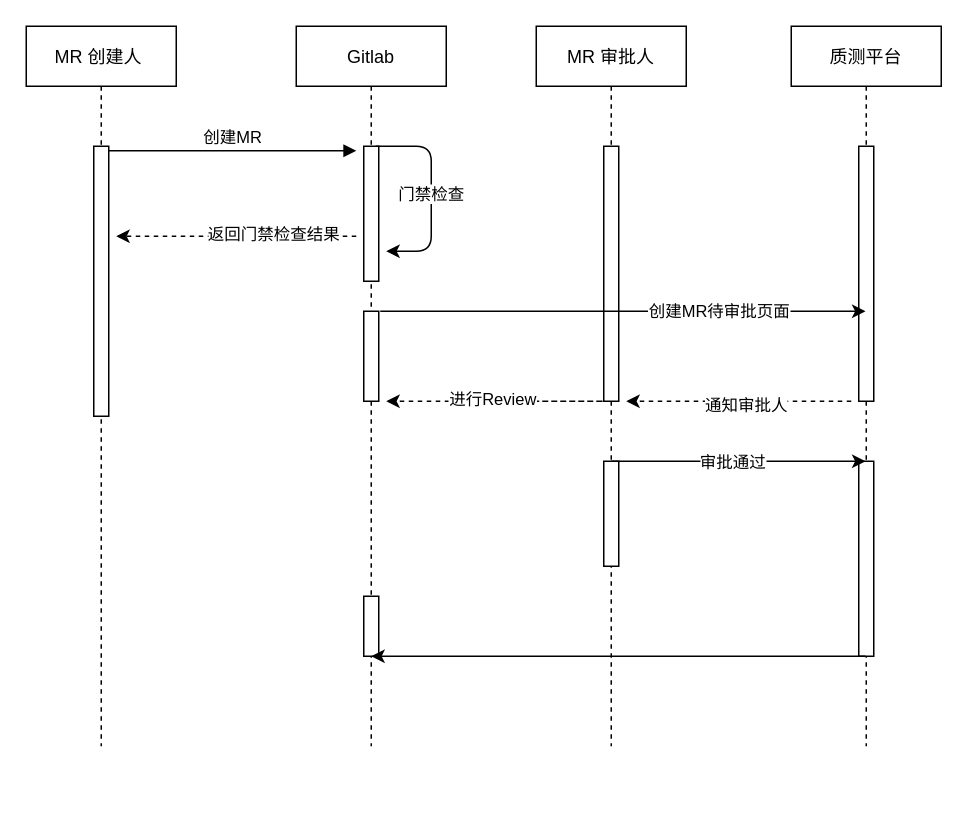
yili1992/Jeninks-Best-Practices keeps this draw.io diagram as Untitled Diagram.drawio. Above is the earlier version. Source tidied: cells renumbered, new cells numbered last; positions are measured from the earlier drawing's top-left corner, leaving out a move shared by most shapes. Both pictures are drawn from the tidied source at 150%, with x=0, y=0 at pixel (26, 26).
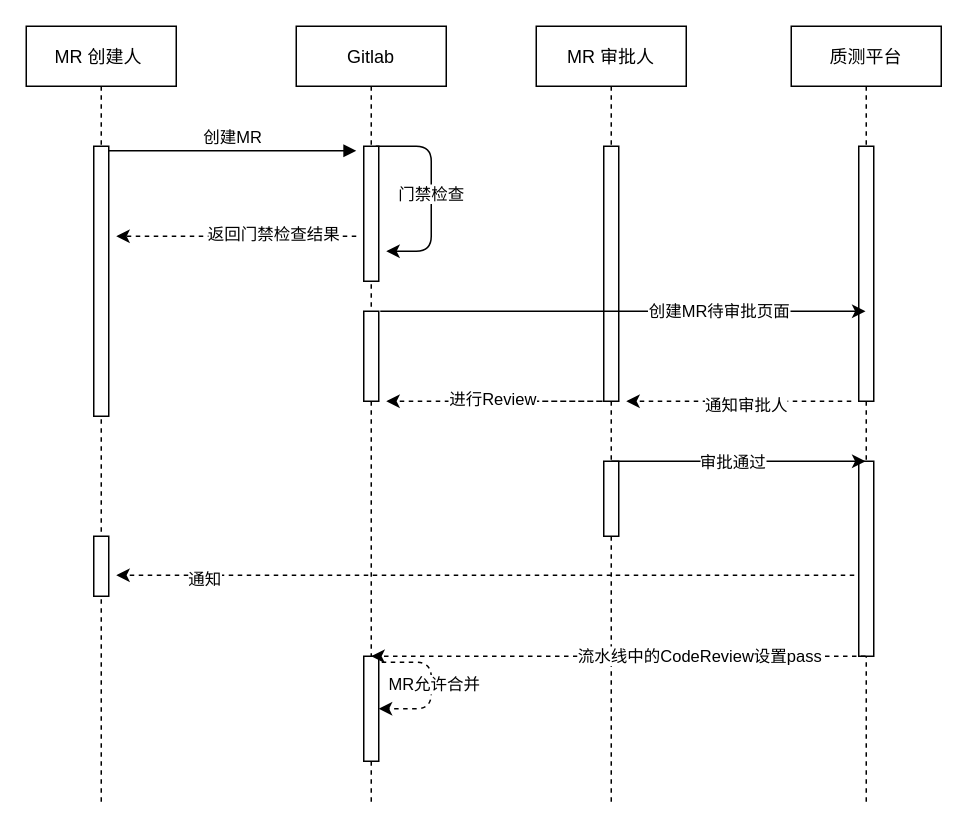
Above is the later version.

Unchanged cells that the change refers to:
```xml
<mxCell id="22" style="points=[];perimeter=orthogonalPerimeter;rounded=0;shadow=0;strokeWidth=1;" parent="1" vertex="1">
  <mxGeometry x="555" y="290" width="10" height="130" as="geometry" />
</mxCell>
```

The edit, as a diff of the source:
```diff
@@
     <mxCell id="2" value="MR 创建人 " style="shape=umlLifeline;perimeter=lifelinePerimeter;rounded=0;shadow=0;strokeWidth=1;" parent="1" vertex="1">
-      <mxGeometry width="100" height="480" as="geometry" />
+      <mxGeometry width="100" height="520" as="geometry" />
     </mxCell>
@@
     <mxCell id="4" value="Gitlab" style="shape=umlLifeline;perimeter=lifelinePerimeter;rounded=0;shadow=0;strokeWidth=1;" parent="1" vertex="1">
-      <mxGeometry x="180" width="100" height="480" as="geometry" />
+      <mxGeometry x="180" width="100" height="520" as="geometry" />
     </mxCell>
@@
     <mxCell id="8" value="MR 审批人" style="shape=umlLifeline;perimeter=lifelinePerimeter;rounded=0;shadow=0;strokeWidth=1;" parent="1" vertex="1">
-      <mxGeometry x="340" width="100" height="480" as="geometry" />
+      <mxGeometry x="340" width="100" height="520" as="geometry" />
     </mxCell>
@@
     <mxCell id="10" value="质测平台" style="shape=umlLifeline;perimeter=lifelinePerimeter;rounded=0;shadow=0;strokeWidth=1;" parent="1" vertex="1">
-      <mxGeometry x="510" width="100" height="480" as="geometry" />
+      <mxGeometry x="510" width="100" height="520" as="geometry" />
     </mxCell>
@@
     <mxCell id="21" style="points=[];perimeter=orthogonalPerimeter;rounded=0;shadow=0;strokeWidth=1;" parent="1" vertex="1">
-      <mxGeometry x="385" y="290" width="10" height="70" as="geometry" />
+      <mxGeometry x="385" y="290" width="10" height="50" as="geometry" />
     </mxCell>
@@
     <mxCell id="25" style="points=[];perimeter=orthogonalPerimeter;rounded=0;shadow=0;strokeWidth=1;" parent="1" vertex="1">
-      <mxGeometry x="225" y="380" width="10" height="40" as="geometry" />
+      <mxGeometry x="225" y="420" width="10" height="70" as="geometry" />
     </mxCell>
-    <mxCell id="26" style="endArrow=classic;html=1;" parent="1" edge="1" source="10">
+    <mxCell id="26" style="endArrow=classic;html=1;dashed=1;" parent="1" edge="1" source="10">
       <mxGeometry relative="1" as="geometry">
         <mxPoint x="230" y="420" as="targetPoint" />
       </mxGeometry>
     </mxCell>
+    <mxCell id="27" value="流水线中的CodeReview设置pass" style="edgeLabel;html=1;align=center;verticalAlign=middle;" parent="26" vertex="1">
+      <mxGeometry x="-0.32" y="-1" relative="1" as="geometry">
+        <mxPoint x="1" as="offset" />
+      </mxGeometry>
+    </mxCell>
+    <mxCell id="28" style="perimeter=orthogonalPerimeter;rounded=0;shadow=0;strokeWidth=1;" parent="1" vertex="1">
+      <mxGeometry x="45" y="340" width="10" height="40" as="geometry" />
+    </mxCell>
+    <mxCell id="29" style="endArrow=classic;html=1;dashed=1;exitX=-0.3;exitY=0.585;exitDx=0;exitDy=0;exitPerimeter=0;" parent="1" edge="1" source="22">
+      <mxGeometry relative="1" as="geometry">
+        <mxPoint x="60" y="366" as="targetPoint" />
+      </mxGeometry>
+    </mxCell>
+    <mxCell id="30" value="通知" style="edgeLabel;html=1;align=center;verticalAlign=middle;" parent="29" vertex="1">
+      <mxGeometry x="0.76" y="2" relative="1" as="geometry" />
+    </mxCell>
+    <mxCell id="31" style="endArrow=classic;html=1;dashed=1;exitX=1.2;exitY=0.057;exitDx=0;exitDy=0;exitPerimeter=0;" parent="1" edge="1" source="25" target="25">
+      <mxGeometry relative="1" as="geometry">
+        <Array as="points">
+          <mxPoint x="270" y="424" />
+          <mxPoint x="270" y="455" />
+        </Array>
+      </mxGeometry>
+    </mxCell>
+    <mxCell id="32" value="MR允许合并" style="edgeLabel;html=1;align=center;verticalAlign=middle;" parent="31" vertex="1">
+      <mxGeometry x="-0.03" y="1" relative="1" as="geometry" />
+    </mxCell>
```
